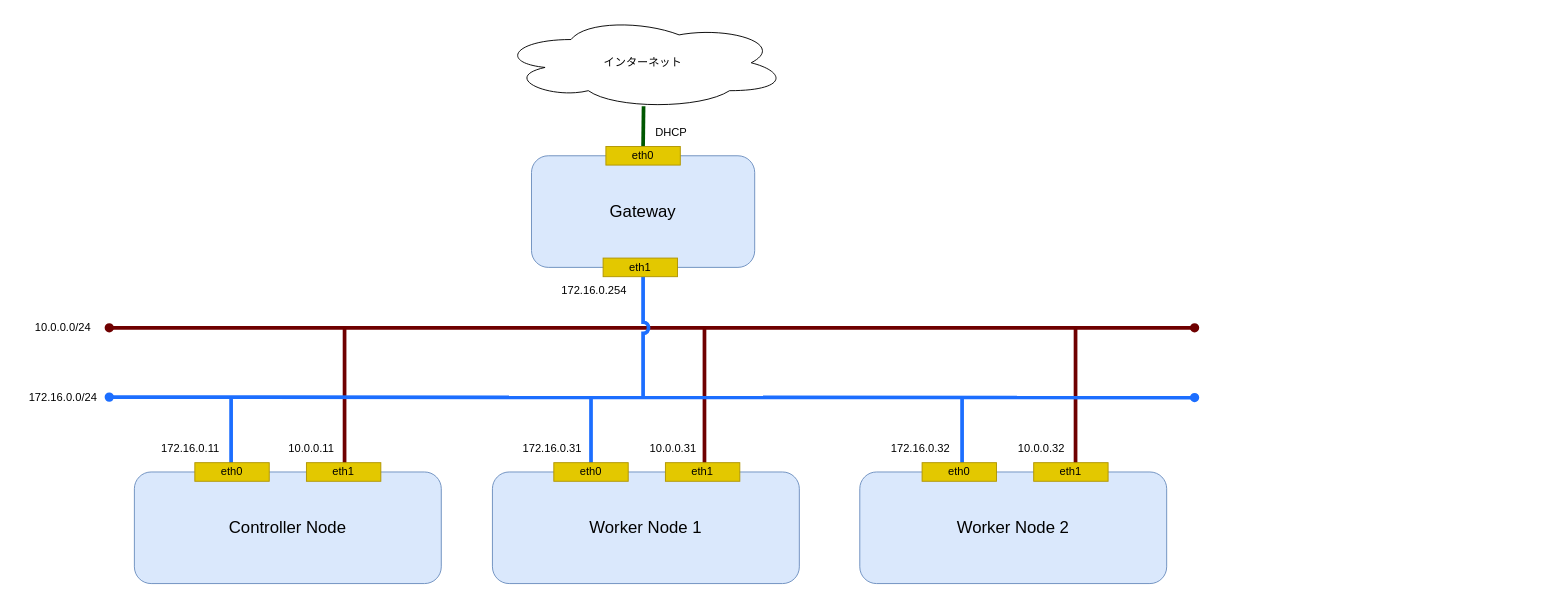
The draw.io diagram _static/image/network_diagram.drawio in 9506hqwy/k8s_study_notes, before the edit. Source tidied: cells renumbered, new cells numbered last; positions are measured from the earlier drawing's top-left corner, leaving out a move shared by most shapes. Both pictures are drawn from the tidied source at 93%, with x=0, y=0 at pixel (16, 16).
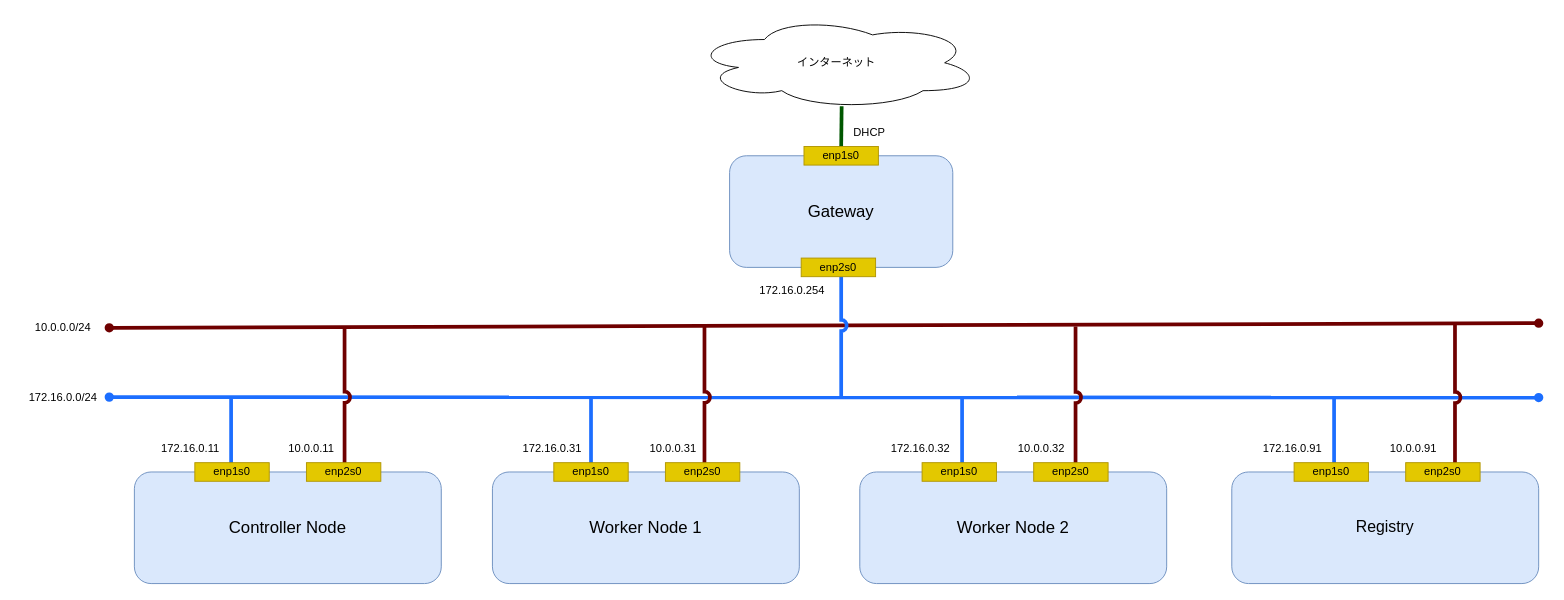
The same page after the edit.

Change to the diagram source:
```diff
@@
+    <mxCell id="14" style="endArrow=oval;html=1;rounded=0;startArrow=oval;startFill=1;endFill=1;strokeWidth=4;fillColor=#a20025;strokeColor=#1C6EFF;" parent="1" edge="1">
+      <mxGeometry relative="1" as="geometry">
+        <mxPoint x="100" y="409.5" as="sourcePoint" />
+        <mxPoint x="1637" y="410" as="targetPoint" />
+      </mxGeometry>
+    </mxCell>
     <mxCell id="2" style="endArrow=oval;html=1;rounded=0;startArrow=oval;startFill=1;endFill=1;strokeWidth=4;fillColor=#a20025;strokeColor=#6F0000;" parent="1" edge="1">
       <mxGeometry relative="1" as="geometry">
         <mxPoint x="100" y="335" as="sourcePoint" />
-        <mxPoint x="1267" y="335" as="targetPoint" />
+        <mxPoint x="1637" y="330" as="targetPoint" />
       </mxGeometry>
     </mxCell>
@@
     <mxCell id="4" value="インターネット" style="ellipse;shape=cloud;whiteSpace=wrap;html=1;" parent="1" vertex="1">
-      <mxGeometry x="519" width="310" height="100" as="geometry" />
+      <mxGeometry x="727" width="310" height="100" as="geometry" />
     </mxCell>
     <mxCell id="5" style="endArrow=none;html=1;rounded=0;startArrow=none;startFill=0;endFill=0;strokeWidth=4;fillColor=#008a00;strokeColor=#005700;exitX=0.466;exitY=0.967;exitDx=0;exitDy=0;entryX=0.5;entryY=0;entryDx=0;entryDy=0;exitPerimeter=0;" parent="1" edge="1" target="19">
       <mxGeometry relative="1" as="geometry">
-        <mxPoint x="674.5" y="96.7" as="sourcePoint" />
+        <mxPoint x="887.5" y="96.7" as="sourcePoint" />
       </mxGeometry>
     </mxCell>
@@
     <mxCell id="7" style="endArrow=none;html=1;rounded=0;startArrow=none;startFill=0;endFill=0;strokeWidth=4;fillColor=#a20025;strokeColor=#1C6EFF;jumpStyle=arc;" parent="1" edge="1">
       <mxGeometry relative="1" as="geometry">
-        <mxPoint x="674" y="280" as="sourcePoint" />
-        <mxPoint x="674" y="410" as="targetPoint" />
+        <mxPoint x="887" y="280" as="sourcePoint" />
+        <mxPoint x="887" y="410" as="targetPoint" />
       </mxGeometry>
     </mxCell>
@@
-    <mxCell id="14" style="endArrow=oval;html=1;rounded=0;startArrow=oval;startFill=1;endFill=1;strokeWidth=4;fillColor=#a20025;strokeColor=#1C6EFF;" parent="1" edge="1">
-      <mxGeometry relative="1" as="geometry">
-        <mxPoint x="100" y="409.5" as="sourcePoint" />
-        <mxPoint x="1267" y="410" as="targetPoint" />
-      </mxGeometry>
-    </mxCell>
+    <mxCell id="36" style="endArrow=none;html=1;rounded=0;startArrow=none;startFill=0;endFill=0;strokeWidth=4;fillColor=#a20025;strokeColor=#6F0000;jumpStyle=arc;" parent="1" edge="1">
+      <mxGeometry relative="1" as="geometry">
+        <mxPoint x="1547" y="332" as="sourcePoint" />
+        <mxPoint x="1547" y="486" as="targetPoint" />
+      </mxGeometry>
+    </mxCell>
+    <mxCell id="37" style="endArrow=none;html=1;rounded=0;startArrow=none;startFill=0;endFill=0;strokeWidth=4;fillColor=#a20025;strokeColor=#1C6EFF;jumpStyle=arc;" parent="1" edge="1">
+      <mxGeometry relative="1" as="geometry">
+        <mxPoint x="1417" y="410" as="sourcePoint" />
+        <mxPoint x="1417" y="490" as="targetPoint" />
+      </mxGeometry>
+    </mxCell>
@@
     <mxCell id="17" value="&lt;div style=&quot;font-size: 18px;&quot;&gt;&lt;font style=&quot;font-size: 18px;&quot;&gt;Gateway&lt;/font&gt;&lt;/div&gt;" style="rounded=1;whiteSpace=wrap;html=1;fillColor=#dae8fc;strokeColor=#6c8ebf;" parent="15" vertex="1">
-      <mxGeometry x="554" y="150" width="240" height="120" as="geometry" />
+      <mxGeometry x="767" y="150" width="240" height="120" as="geometry" />
     </mxCell>
-    <mxCell id="18" value="eth1" style="rounded=0;whiteSpace=wrap;html=1;fillColor=#e3c800;fontColor=#000000;strokeColor=#B09500;" parent="15" vertex="1">
+    <mxCell id="18" value="enp2s0" style="rounded=0;whiteSpace=wrap;html=1;fillColor=#e3c800;fontColor=#000000;strokeColor=#B09500;" parent="15" vertex="1">
       <mxGeometry x="698" y="480" width="80" height="20" as="geometry" />
     </mxCell>
-    <mxCell id="19" value="eth0" style="rounded=0;whiteSpace=wrap;html=1;fillColor=#e3c800;fontColor=#000000;strokeColor=#B09500;" parent="15" vertex="1">
-      <mxGeometry x="634" y="140" width="80" height="20" as="geometry" />
+    <mxCell id="19" value="enp1s0" style="rounded=0;whiteSpace=wrap;html=1;fillColor=#e3c800;fontColor=#000000;strokeColor=#B09500;" parent="15" vertex="1">
+      <mxGeometry x="847" y="140" width="80" height="20" as="geometry" />
     </mxCell>
-    <mxCell id="20" value="eth1" style="rounded=0;whiteSpace=wrap;html=1;fillColor=#e3c800;fontColor=#000000;strokeColor=#B09500;" parent="15" vertex="1">
-      <mxGeometry x="631" y="260" width="80" height="20" as="geometry" />
+    <mxCell id="20" value="enp2s0" style="rounded=0;whiteSpace=wrap;html=1;fillColor=#e3c800;fontColor=#000000;strokeColor=#B09500;" parent="15" vertex="1">
+      <mxGeometry x="844" y="260" width="80" height="20" as="geometry" />
     </mxCell>
-    <mxCell id="21" value="eth0" style="rounded=0;whiteSpace=wrap;html=1;fillColor=#e3c800;fontColor=#000000;strokeColor=#B09500;" parent="15" vertex="1">
+    <mxCell id="21" value="enp1s0" style="rounded=0;whiteSpace=wrap;html=1;fillColor=#e3c800;fontColor=#000000;strokeColor=#B09500;" parent="15" vertex="1">
       <mxGeometry x="578" y="480" width="80" height="20" as="geometry" />
     </mxCell>
@@
     <mxCell id="23" value="DHCP" style="text;html=1;align=center;verticalAlign=middle;strokeColor=none;fillColor=none;" parent="15" vertex="1">
-      <mxGeometry x="674" y="110" width="60" height="30" as="geometry" />
+      <mxGeometry x="887" y="110" width="60" height="30" as="geometry" />
     </mxCell>
     <mxCell id="24" value="172.16.0.254" style="text;html=1;align=center;verticalAlign=middle;strokeColor=none;fillColor=none;" parent="15" vertex="1">
-      <mxGeometry x="571" y="280" width="100" height="30" as="geometry" />
+      <mxGeometry x="784" y="280" width="100" height="30" as="geometry" />
     </mxCell>
@@
-    <mxCell id="26" value="eth1" style="rounded=0;whiteSpace=wrap;html=1;fillColor=#e3c800;fontColor=#000000;strokeColor=#B09500;" parent="15" vertex="1">
+    <mxCell id="26" value="enp2s0" style="rounded=0;whiteSpace=wrap;html=1;fillColor=#e3c800;fontColor=#000000;strokeColor=#B09500;" parent="15" vertex="1">
       <mxGeometry x="312" y="480" width="80" height="20" as="geometry" />
     </mxCell>
-    <mxCell id="27" value="eth0" style="rounded=0;whiteSpace=wrap;html=1;fillColor=#e3c800;fontColor=#000000;strokeColor=#B09500;" parent="15" vertex="1">
+    <mxCell id="27" value="enp1s0" style="rounded=0;whiteSpace=wrap;html=1;fillColor=#e3c800;fontColor=#000000;strokeColor=#B09500;" parent="15" vertex="1">
       <mxGeometry x="192" y="480" width="80" height="20" as="geometry" />
     </mxCell>
@@
-    <mxCell id="32" value="eth1" style="rounded=0;whiteSpace=wrap;html=1;fillColor=#e3c800;fontColor=#000000;strokeColor=#B09500;" parent="15" vertex="1">
+    <mxCell id="32" value="enp2s0" style="rounded=0;whiteSpace=wrap;html=1;fillColor=#e3c800;fontColor=#000000;strokeColor=#B09500;" parent="15" vertex="1">
       <mxGeometry x="1094" y="480" width="80" height="20" as="geometry" />
     </mxCell>
-    <mxCell id="33" value="eth0" style="rounded=0;whiteSpace=wrap;html=1;fillColor=#e3c800;fontColor=#000000;strokeColor=#B09500;" parent="15" vertex="1">
+    <mxCell id="33" value="enp1s0" style="rounded=0;whiteSpace=wrap;html=1;fillColor=#e3c800;fontColor=#000000;strokeColor=#B09500;" parent="15" vertex="1">
       <mxGeometry x="974" y="480" width="80" height="20" as="geometry" />
     </mxCell>
@@
+    <mxCell id="38" value="&lt;font style=&quot;font-size: 17px;&quot;&gt;Registry&lt;/font&gt;" style="rounded=1;whiteSpace=wrap;html=1;fillColor=#dae8fc;strokeColor=#6c8ebf;" parent="15" vertex="1">
+      <mxGeometry x="1307" y="490" width="330" height="120" as="geometry" />
+    </mxCell>
+    <mxCell id="39" value="enp2s0" style="rounded=0;whiteSpace=wrap;html=1;fillColor=#e3c800;fontColor=#000000;strokeColor=#B09500;" parent="15" vertex="1">
+      <mxGeometry x="1494" y="480" width="80" height="20" as="geometry" />
+    </mxCell>
+    <mxCell id="40" value="enp1s0" style="rounded=0;whiteSpace=wrap;html=1;fillColor=#e3c800;fontColor=#000000;strokeColor=#B09500;" parent="15" vertex="1">
+      <mxGeometry x="1374" y="480" width="80" height="20" as="geometry" />
+    </mxCell>
+    <mxCell id="41" value="10.0.0.91" style="text;html=1;align=center;verticalAlign=middle;strokeColor=none;fillColor=none;" parent="15" vertex="1">
+      <mxGeometry x="1467" y="450" width="70" height="30" as="geometry" />
+    </mxCell>
+    <mxCell id="42" value="172.16.0.91" style="text;html=1;align=center;verticalAlign=middle;strokeColor=none;fillColor=none;" parent="15" vertex="1">
+      <mxGeometry x="1327" y="450" width="90" height="30" as="geometry" />
+    </mxCell>
```
